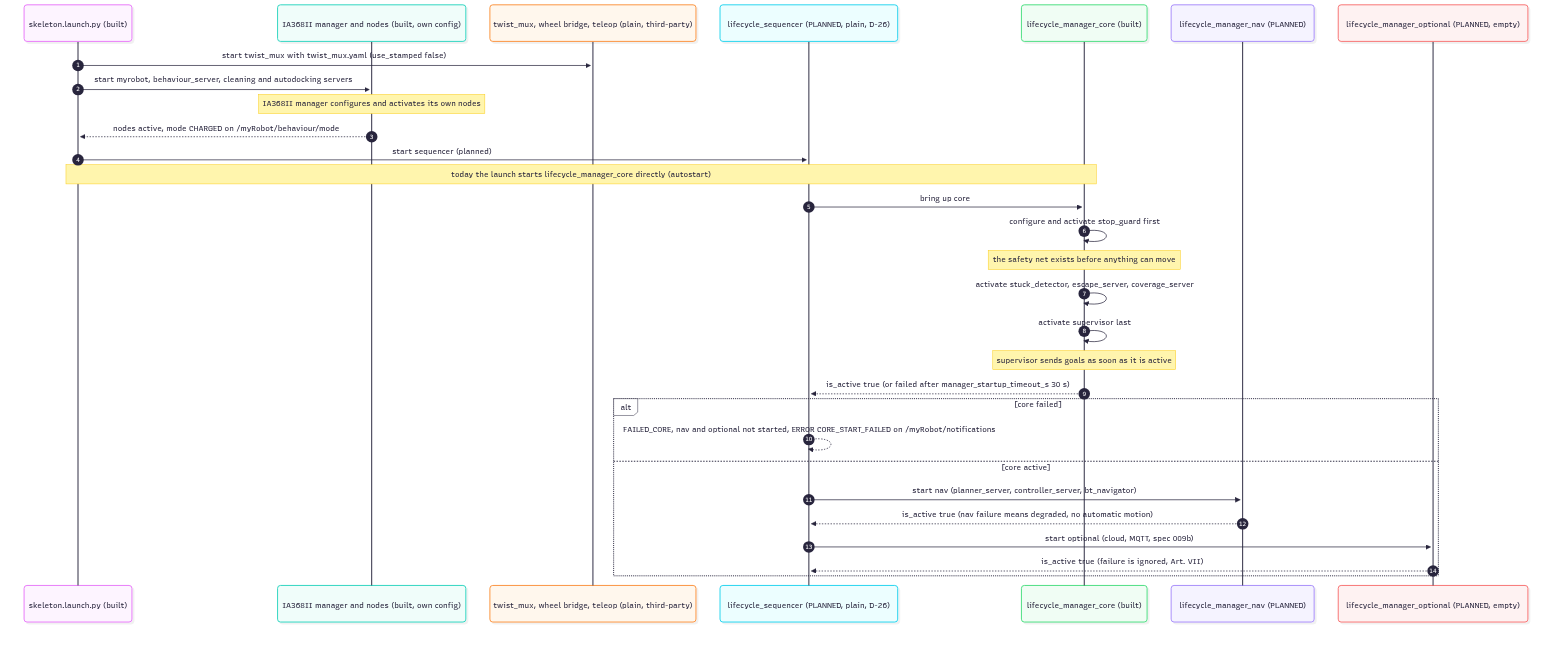
The Mermaid diagram docs/diagrams/render/built-so-far-seq1-bringup.png in Rodolfodc/kuberostics, before a commit. Its source is kept beside it as docs/diagrams/built-so-far-seq1-bringup.mmd. Its diagram source:
```mermaid
sequenceDiagram
  autonumber
  participant L as skeleton.launch.py (built)
  participant IA as IA368II manager and nodes (built, own config)
  participant PL as twist_mux, wheel bridge, teleop (plain, third-party)
  participant SQ as lifecycle_sequencer (PLANNED, plain, D-26)
  participant CO as lifecycle_manager_core (built)
  participant NV as lifecycle_manager_nav (PLANNED)
  participant OP as lifecycle_manager_optional (PLANNED, empty)

  L->>PL: start twist_mux with twist_mux.yaml (use_stamped false)
  L->>IA: start myrobot, behaviour_server, cleaning and autodocking servers
  Note over IA: IA368II manager configures and activates its own nodes
  IA-->>L: nodes active, mode CHARGED on /myRobot/behaviour/mode
  L->>SQ: start sequencer (planned)
  Note over L,CO: today the launch starts lifecycle_manager_core directly (autostart)
  SQ->>CO: bring up core
  CO->>CO: configure and activate stop_guard first
  Note over CO: the safety net exists before anything can move
  CO->>CO: activate stuck_detector, escape_server, coverage_server
  CO->>CO: activate supervisor last
  Note over CO: supervisor sends goals as soon as it is active
  CO-->>SQ: is_active true (or failed after manager_startup_timeout_s 30 s)
  alt core failed
    SQ-->>SQ: FAILED_CORE, nav and optional not started, ERROR CORE_START_FAILED on /myRobot/notifications
  else core active
    SQ->>NV: start nav (planner_server, controller_server, bt_navigator)
    NV-->>SQ: is_active true (nav failure means degraded, no automatic motion)
    SQ->>OP: start optional (cloud, MQTT, spec 009b)
    OP-->>SQ: is_active true (failure is ignored, Art. VII)
  end
```
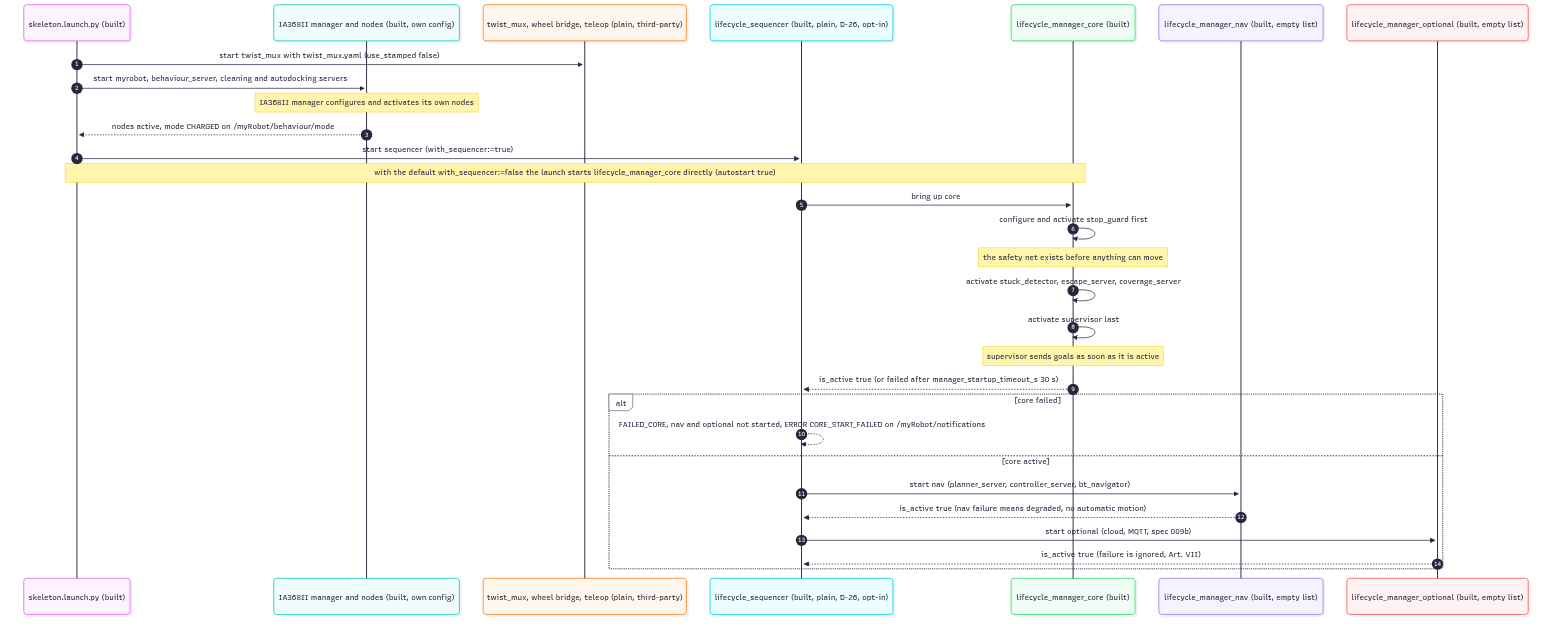
After the change.

The edit, as a diff of the source:
```diff
@@ -3,17 +3,17 @@
   participant L as skeleton.launch.py (built)
   participant IA as IA368II manager and nodes (built, own config)
   participant PL as twist_mux, wheel bridge, teleop (plain, third-party)
-  participant SQ as lifecycle_sequencer (PLANNED, plain, D-26)
+  participant SQ as lifecycle_sequencer (built, plain, D-26, opt-in)
   participant CO as lifecycle_manager_core (built)
-  participant NV as lifecycle_manager_nav (PLANNED)
-  participant OP as lifecycle_manager_optional (PLANNED, empty)
+  participant NV as lifecycle_manager_nav (built, empty list)
+  participant OP as lifecycle_manager_optional (built, empty list)
 
   L->>PL: start twist_mux with twist_mux.yaml (use_stamped false)
   L->>IA: start myrobot, behaviour_server, cleaning and autodocking servers
   Note over IA: IA368II manager configures and activates its own nodes
   IA-->>L: nodes active, mode CHARGED on /myRobot/behaviour/mode
-  L->>SQ: start sequencer (planned)
-  Note over L,CO: today the launch starts lifecycle_manager_core directly (autostart)
+  L->>SQ: start sequencer (with_sequencer:=true)
+  Note over L,CO: with the default with_sequencer:=false the launch starts lifecycle_manager_core directly (autostart true)
   SQ->>CO: bring up core
   CO->>CO: configure and activate stop_guard first
   Note over CO: the safety net exists before anything can move
```
